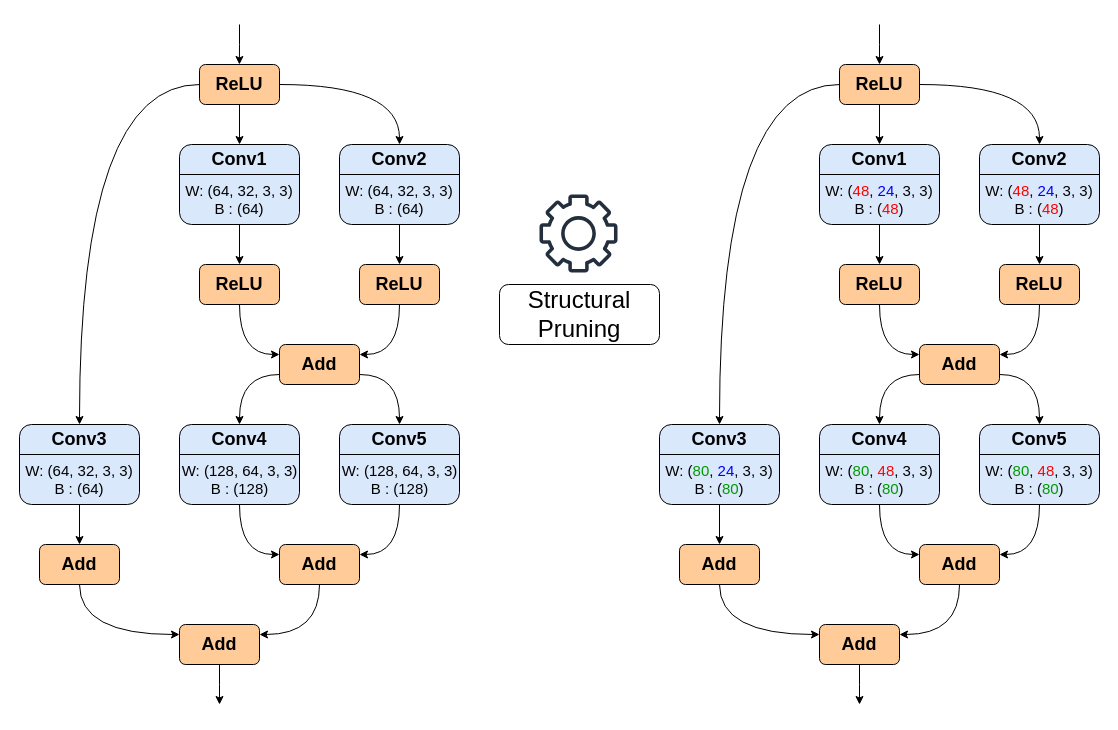
Above: OTO.drawio in hoangtv2000/document-collection (draw.io), before the change. Source tidied: cells renumbered, new cells numbered last; positions are measured from the earlier drawing's top-left corner, leaving out a move shared by most shapes. Both pictures are drawn from the tidied source at 100%, with x=0, y=0 at pixel (19, 24).
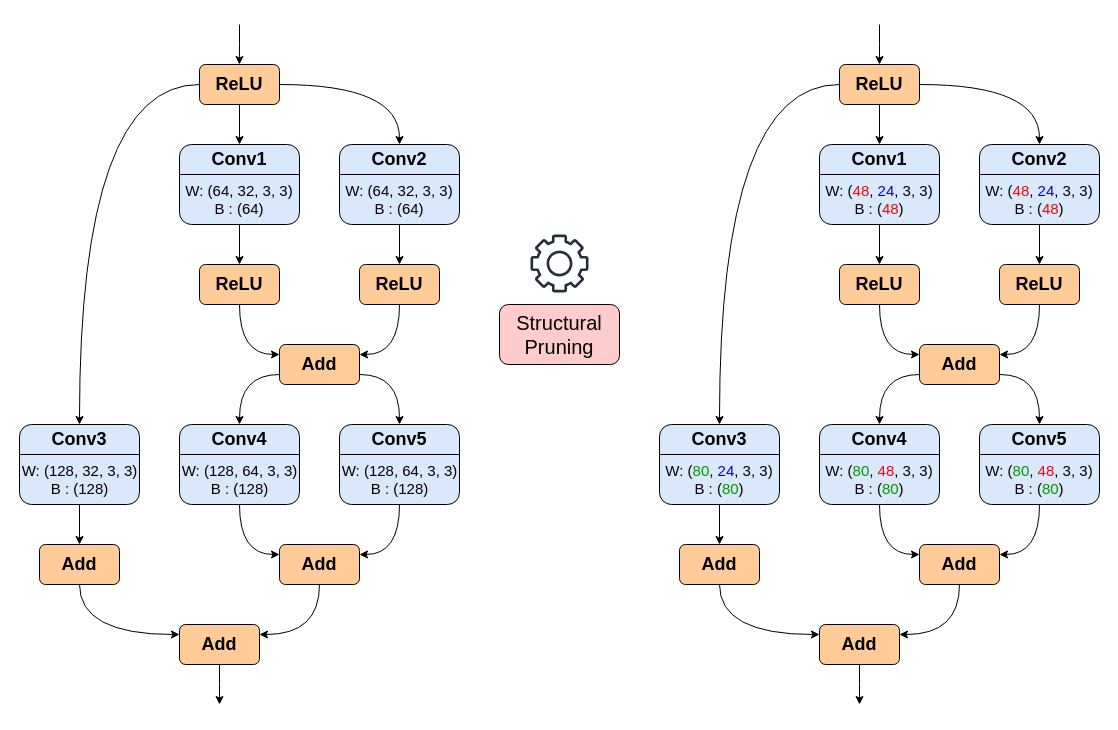
Above is the later version.

Diff of the diagram source:
```diff
@@
-    <mxCell id="33" value="&lt;font&gt;W: (64, 32, 3, 3)&lt;/font&gt;&lt;div&gt;&lt;font&gt;B : (64)&lt;/font&gt;&lt;/div&gt;" style="text;html=1;align=center;verticalAlign=middle;whiteSpace=wrap;rounded=0;fontSize=15;" parent="1" vertex="1">
-      <mxGeometry x="5" y="440" width="110" height="30" as="geometry" />
+    <mxCell id="33" value="&lt;font&gt;W: (128, 32, 3, 3)&lt;/font&gt;&lt;div&gt;&lt;font&gt;B : (128)&lt;/font&gt;&lt;/div&gt;" style="text;html=1;align=center;verticalAlign=middle;whiteSpace=wrap;rounded=0;fontSize=15;" parent="1" vertex="1">
+      <mxGeometry x="-2.5" y="440" width="125" height="30" as="geometry" />
     </mxCell>
@@
-    <mxCell id="79" value="&lt;font style=&quot;font-size: 24px;&quot;&gt;Structural Pruning&lt;/font&gt;" style="rounded=1;whiteSpace=wrap;html=1;align=center;" parent="1" vertex="1">
-      <mxGeometry x="480" y="260" width="160" height="60" as="geometry" />
+    <mxCell id="79" value="&lt;font style=&quot;font-size: 20px;&quot;&gt;Structural Pruning&lt;/font&gt;" style="rounded=1;whiteSpace=wrap;html=1;align=center;fillColor=#ffcccc;strokeColor=default;" parent="1" vertex="1">
+      <mxGeometry x="480" y="280" width="120" height="60" as="geometry" />
     </mxCell>
     <mxCell id="80" style="sketch=0;fontColor=#232F3E;gradientColor=none;fillColor=#232F3D;strokeColor=none;dashed=0;verticalLabelPosition=bottom;verticalAlign=top;align=center;html=1;fontSize=12;fontStyle=0;shape=mxgraph.aws4.gear;" parent="1" vertex="1">
-      <mxGeometry x="520" y="170" width="78" height="78" as="geometry" />
+      <mxGeometry x="511" y="210" width="58" height="58" as="geometry" />
     </mxCell>
```
